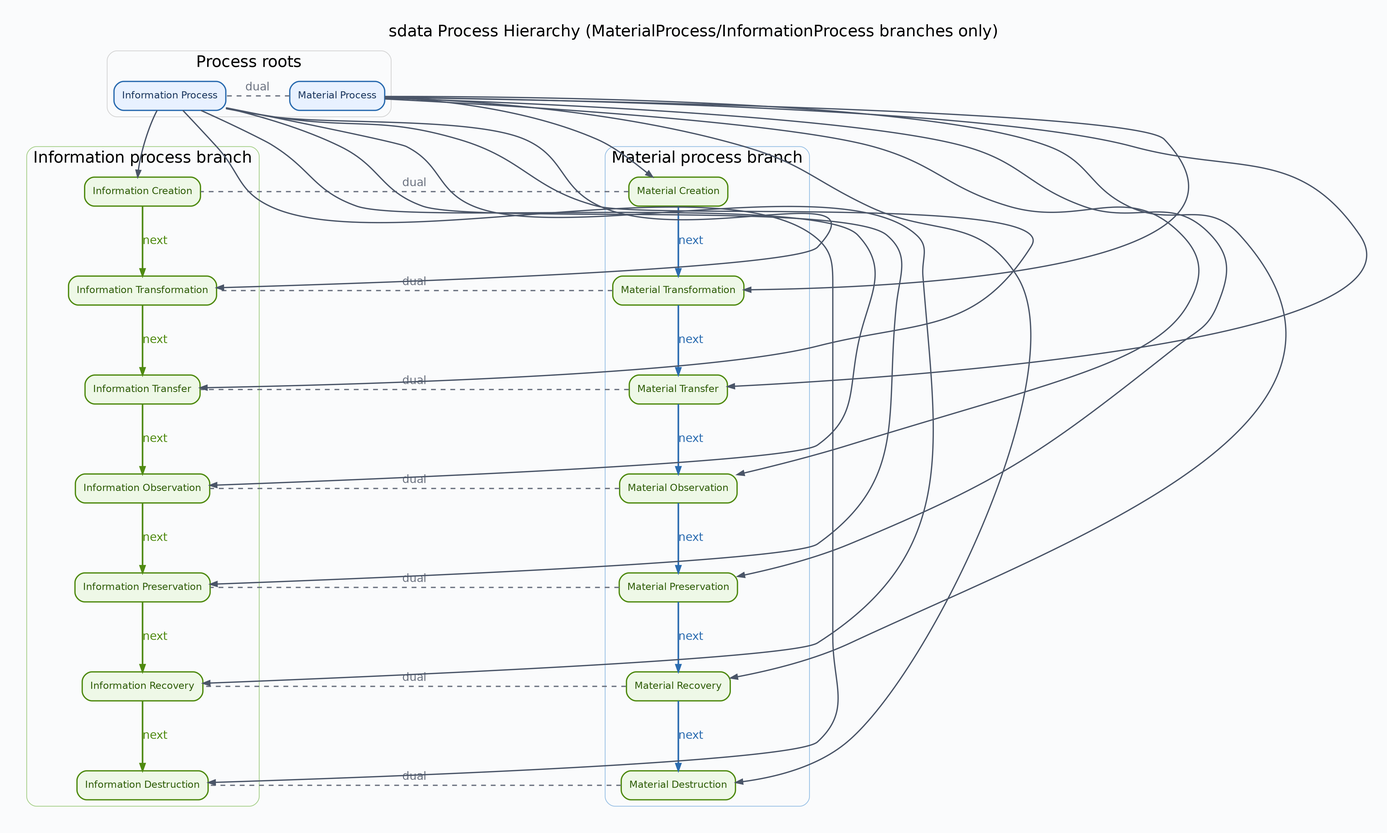
lepy/sdata-ontology keeps this Graphviz diagram as docs/diagrams/sdata-process-dual-hierarchy.png. Above is the earlier version. Its source is kept beside it as docs/diagrams/sdata-process-dual-hierarchy.dot.
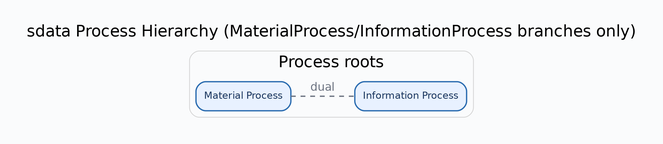
The same file after the commit.

The edit, as a diff of the source:
```diff
@@ -26,40 +26,19 @@
 		fontname=Helvetica,
 		penwidth=1.6
 	];
+	subgraph cluster_information_branch {
+		graph [color="#A9D18E",
+			label="Information process branch",
+			rankdir=TB,
+			style=rounded
+		];
+	}
 	subgraph cluster_material_branch {
 		graph [color="#9DC3E6",
 			label="Material process branch",
 			rankdir=TB,
 			style=rounded
 		];
-		"https://w3id.org/sdata/core/MaterialCreation"	[color="#4F8A10",
-			fillcolor="#EEF8E7",
-			fontcolor="#2F5D08",
-			label="Material Creation"];
-		"https://w3id.org/sdata/core/MaterialDestruction"	[color="#4F8A10",
-			fillcolor="#EEF8E7",
-			fontcolor="#2F5D08",
-			label="Material Destruction"];
-		"https://w3id.org/sdata/core/MaterialObservation"	[color="#4F8A10",
-			fillcolor="#EEF8E7",
-			fontcolor="#2F5D08",
-			label="Material Observation"];
-		"https://w3id.org/sdata/core/MaterialPreservation"	[color="#4F8A10",
-			fillcolor="#EEF8E7",
-			fontcolor="#2F5D08",
-			label="Material Preservation"];
-		"https://w3id.org/sdata/core/MaterialRecovery"	[color="#4F8A10",
-			fillcolor="#EEF8E7",
-			fontcolor="#2F5D08",
-			label="Material Recovery"];
-		"https://w3id.org/sdata/core/MaterialTransfer"	[color="#4F8A10",
-			fillcolor="#EEF8E7",
-			fontcolor="#2F5D08",
-			label="Material Transfer"];
-		"https://w3id.org/sdata/core/MaterialTransformation"	[color="#4F8A10",
-			fillcolor="#EEF8E7",
-			fontcolor="#2F5D08",
-			label="Material Transformation"];
 	}
 	subgraph cluster_process_roots {
 		graph [color="#D6D6D6",
@@ -76,183 +55,10 @@
 			fontcolor="#1A365D",
 			label="Material Process"];
 	}
-	subgraph cluster_information_branch {
-		graph [color="#A9D18E",
-			label="Information process branch",
-			rankdir=TB,
-			style=rounded
-		];
-		"https://w3id.org/sdata/core/InformationCreation"	[color="#4F8A10",
-			fillcolor="#EEF8E7",
-			fontcolor="#2F5D08",
-			label="Information Creation"];
-		"https://w3id.org/sdata/core/InformationDestruction"	[color="#4F8A10",
-			fillcolor="#EEF8E7",
-			fontcolor="#2F5D08",
-			label="Information Destruction"];
-		"https://w3id.org/sdata/core/InformationObservation"	[color="#4F8A10",
-			fillcolor="#EEF8E7",
-			fontcolor="#2F5D08",
-			label="Information Observation"];
-		"https://w3id.org/sdata/core/InformationPreservation"	[color="#4F8A10",
-			fillcolor="#EEF8E7",
-			fontcolor="#2F5D08",
-			label="Information Preservation"];
-		"https://w3id.org/sdata/core/InformationRecovery"	[color="#4F8A10",
-			fillcolor="#EEF8E7",
-			fontcolor="#2F5D08",
-			label="Information Recovery"];
-		"https://w3id.org/sdata/core/InformationTransfer"	[color="#4F8A10",
-			fillcolor="#EEF8E7",
-			fontcolor="#2F5D08",
-			label="Information Transfer"];
-		"https://w3id.org/sdata/core/InformationTransformation"	[color="#4F8A10",
-			fillcolor="#EEF8E7",
-			fontcolor="#2F5D08",
-			label="Information Transformation"];
-	}
-	"https://w3id.org/sdata/core/InformationCreation" -> "https://w3id.org/sdata/core/InformationTransformation"	[color="#4F8A10",
-		constraint=true,
-		fontcolor="#4F8A10",
-		label=next,
-		penwidth=2.0,
-		style=bold];
-	"https://w3id.org/sdata/core/InformationObservation" -> "https://w3id.org/sdata/core/InformationPreservation"	[color="#4F8A10",
-		constraint=true,
-		fontcolor="#4F8A10",
-		label=next,
-		penwidth=2.0,
-		style=bold];
-	"https://w3id.org/sdata/core/InformationPreservation" -> "https://w3id.org/sdata/core/InformationRecovery"	[color="#4F8A10",
-		constraint=true,
-		fontcolor="#4F8A10",
-		label=next,
-		penwidth=2.0,
-		style=bold];
-	"https://w3id.org/sdata/core/InformationProcess" -> "https://w3id.org/sdata/core/InformationCreation"	[constraint=false];
-	"https://w3id.org/sdata/core/InformationProcess" -> "https://w3id.org/sdata/core/InformationCreation"	[color="#FFFFFF",
-		constraint=true,
-		minlen=1,
-		style=invis,
-		weight=80];
-	"https://w3id.org/sdata/core/InformationProcess" -> "https://w3id.org/sdata/core/InformationDestruction"	[constraint=false];
-	"https://w3id.org/sdata/core/InformationProcess" -> "https://w3id.org/sdata/core/InformationObservation"	[constraint=false];
-	"https://w3id.org/sdata/core/InformationProcess" -> "https://w3id.org/sdata/core/InformationPreservation"	[constraint=false];
-	"https://w3id.org/sdata/core/InformationProcess" -> "https://w3id.org/sdata/core/InformationRecovery"	[constraint=false];
-	"https://w3id.org/sdata/core/InformationProcess" -> "https://w3id.org/sdata/core/InformationTransfer"	[constraint=false];
-	"https://w3id.org/sdata/core/InformationProcess" -> "https://w3id.org/sdata/core/InformationTransformation"	[constraint=false];
-	"https://w3id.org/sdata/core/InformationRecovery" -> "https://w3id.org/sdata/core/InformationDestruction"	[color="#4F8A10",
-		constraint=true,
-		fontcolor="#4F8A10",
-		label=next,
-		penwidth=2.0,
-		style=bold];
-	"https://w3id.org/sdata/core/InformationTransfer" -> "https://w3id.org/sdata/core/InformationObservation"	[color="#4F8A10",
-		constraint=true,
-		fontcolor="#4F8A10",
-		label=next,
-		penwidth=2.0,
-		style=bold];
-	"https://w3id.org/sdata/core/InformationTransformation" -> "https://w3id.org/sdata/core/InformationTransfer"	[color="#4F8A10",
-		constraint=true,
-		fontcolor="#4F8A10",
-		label=next,
-		penwidth=2.0,
-		style=bold];
-	"https://w3id.org/sdata/core/MaterialCreation" -> "https://w3id.org/sdata/core/InformationCreation"	[color="#6B7280",
-		constraint=false,
-		dir=none,
-		fontcolor="#6B7280",
-		label=dual,
-		style=dashed];
-	"https://w3id.org/sdata/core/MaterialCreation" -> "https://w3id.org/sdata/core/MaterialTransformation"	[color="#2B6CB0",
-		constraint=true,
-		fontcolor="#2B6CB0",
-		label=next,
-		penwidth=2.0,
-		style=bold];
-	"https://w3id.org/sdata/core/MaterialDestruction" -> "https://w3id.org/sdata/core/InformationDestruction"	[color="#6B7280",
-		constraint=false,
-		dir=none,
-		fontcolor="#6B7280",
-		label=dual,
-		style=dashed];
-	"https://w3id.org/sdata/core/MaterialObservation" -> "https://w3id.org/sdata/core/InformationObservation"	[color="#6B7280",
-		constraint=false,
-		dir=none,
-		fontcolor="#6B7280",
-		label=dual,
-		style=dashed];
-	"https://w3id.org/sdata/core/MaterialObservation" -> "https://w3id.org/sdata/core/MaterialPreservation"	[color="#2B6CB0",
-		constraint=true,
-		fontcolor="#2B6CB0",
-		label=next,
-		penwidth=2.0,
-		style=bold];
-	"https://w3id.org/sdata/core/MaterialPreservation" -> "https://w3id.org/sdata/core/InformationPreservation"	[color="#6B7280",
-		constraint=false,
-		dir=none,
-		fontcolor="#6B7280",
-		label=dual,
-		style=dashed];
-	"https://w3id.org/sdata/core/MaterialPreservation" -> "https://w3id.org/sdata/core/MaterialRecovery"	[color="#2B6CB0",
-		constraint=true,
-		fontcolor="#2B6CB0",
-		label=next,
-		penwidth=2.0,
-		style=bold];
 	"https://w3id.org/sdata/core/MaterialProcess" -> "https://w3id.org/sdata/core/InformationProcess"	[color="#6B7280",
 		constraint=false,
 		dir=none,
 		fontcolor="#6B7280",
 		label=dual,
 		style=dashed];
-	"https://w3id.org/sdata/core/MaterialProcess" -> "https://w3id.org/sdata/core/MaterialCreation"	[constraint=false];
-	"https://w3id.org/sdata/core/MaterialProcess" -> "https://w3id.org/sdata/core/MaterialCreation"	[color="#FFFFFF",
-		constraint=true,
-		minlen=1,
-		style=invis,
-		weight=80];
-	"https://w3id.org/sdata/core/MaterialProcess" -> "https://w3id.org/sdata/core/MaterialDestruction"	[constraint=false];
-	"https://w3id.org/sdata/core/MaterialProcess" -> "https://w3id.org/sdata/core/MaterialObservation"	[constraint=false];
-	"https://w3id.org/sdata/core/MaterialProcess" -> "https://w3id.org/sdata/core/MaterialPreservation"	[constraint=false];
-	"https://w3id.org/sdata/core/MaterialProcess" -> "https://w3id.org/sdata/core/MaterialRecovery"	[constraint=false];
-	"https://w3id.org/sdata/core/MaterialProcess" -> "https://w3id.org/sdata/core/MaterialTransfer"	[constraint=false];
-	"https://w3id.org/sdata/core/MaterialProcess" -> "https://w3id.org/sdata/core/MaterialTransformation"	[constraint=false];
-	"https://w3id.org/sdata/core/MaterialRecovery" -> "https://w3id.org/sdata/core/InformationRecovery"	[color="#6B7280",
-		constraint=false,
-		dir=none,
-		fontcolor="#6B7280",
-		label=dual,
-		style=dashed];
-	"https://w3id.org/sdata/core/MaterialRecovery" -> "https://w3id.org/sdata/core/MaterialDestruction"	[color="#2B6CB0",
-		constraint=true,
-		fontcolor="#2B6CB0",
-		label=next,
-		penwidth=2.0,
-		style=bold];
-	"https://w3id.org/sdata/core/MaterialTransfer" -> "https://w3id.org/sdata/core/InformationTransfer"	[color="#6B7280",
-		constraint=false,
-		dir=none,
-		fontcolor="#6B7280",
-		label=dual,
-		style=dashed];
-	"https://w3id.org/sdata/core/MaterialTransfer" -> "https://w3id.org/sdata/core/MaterialObservation"	[color="#2B6CB0",
-		constraint=true,
-		fontcolor="#2B6CB0",
-		label=next,
-		penwidth=2.0,
-		style=bold];
-	"https://w3id.org/sdata/core/MaterialTransformation" -> "https://w3id.org/sdata/core/InformationTransformation"	[color="#6B7280",
-		constraint=false,
-		dir=none,
-		fontcolor="#6B7280",
-		label=dual,
-		style=dashed];
-	"https://w3id.org/sdata/core/MaterialTransformation" -> "https://w3id.org/sdata/core/MaterialTransfer"	[color="#2B6CB0",
-		constraint=true,
-		fontcolor="#2B6CB0",
-		label=next,
-		penwidth=2.0,
-		style=bold];
 }
```
